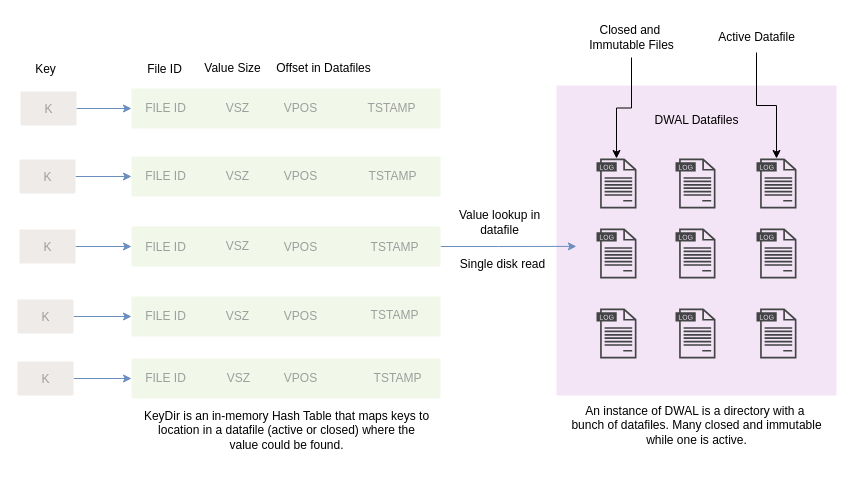
This is static/keydir.drawio from Clivern/Langmore, a draw.io file, before an edit. Source tidied: cells renumbered, new cells numbered last; positions are measured from the earlier drawing's top-left corner, leaving out a move shared by most shapes. Both pictures are drawn from the tidied source at 100%, with x=0, y=0 at pixel (17, 17).
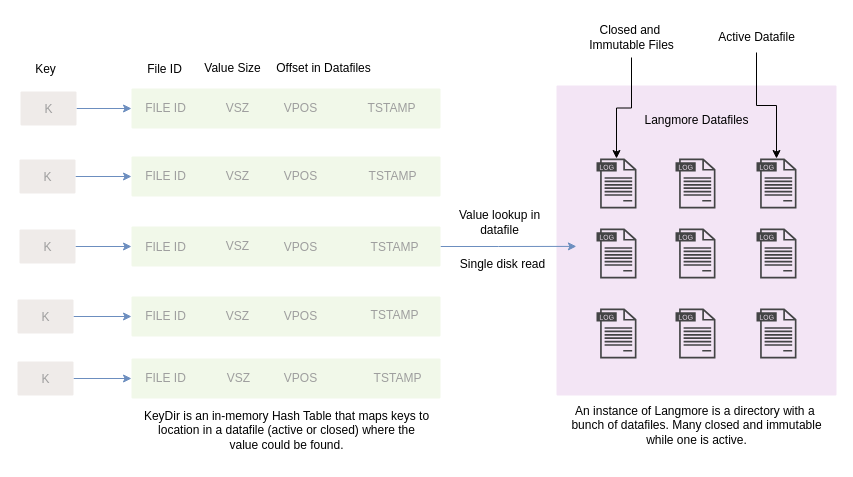
After the change.

What changed in the source:
```diff
@@
-    <mxCell id="12" value="DWAL Datafiles" style="text;html=1;align=center;verticalAlign=middle;strokeColor=none;fillColor=none;" parent="1" vertex="1">
-      <mxGeometry x="624" y="88" width="110" height="30" as="geometry" />
+    <mxCell id="12" value="Langmore Datafiles" style="text;html=1;align=center;verticalAlign=middle;strokeColor=none;fillColor=none;" parent="1" vertex="1">
+      <mxGeometry x="614" y="88" width="130" height="30" as="geometry" />
     </mxCell>
@@
-    <mxCell id="17" value="&lt;div&gt;&lt;span style=&quot;font-size: 12px;&quot;&gt;An instance of DWAL is a directory with a&amp;nbsp;&lt;/span&gt;&lt;/div&gt;&lt;div&gt;&lt;span style=&quot;font-size: 12px;&quot;&gt;bunch of datafiles. Many closed and immutable&lt;/span&gt;&lt;/div&gt;&lt;div&gt;&lt;span style=&quot;font-size: 12px;&quot;&gt;while one is active.&lt;/span&gt;&lt;/div&gt;" style="text;html=1;align=center;verticalAlign=middle;strokeColor=none;fillColor=none;" parent="1" vertex="1">
+    <mxCell id="17" value="&lt;div&gt;&lt;span style=&quot;font-size: 12px;&quot;&gt;An instance of Langmore is a directory with a&amp;nbsp;&lt;/span&gt;&lt;/div&gt;&lt;div&gt;&lt;span style=&quot;font-size: 12px;&quot;&gt;bunch of datafiles. Many closed and immutable&lt;/span&gt;&lt;/div&gt;&lt;div&gt;&lt;span style=&quot;font-size: 12px;&quot;&gt;while one is active.&lt;/span&gt;&lt;/div&gt;" style="text;html=1;align=center;verticalAlign=middle;strokeColor=none;fillColor=none;" parent="1" vertex="1">
       <mxGeometry x="544" y="378" width="270" height="60" as="geometry" />
     </mxCell>
```
